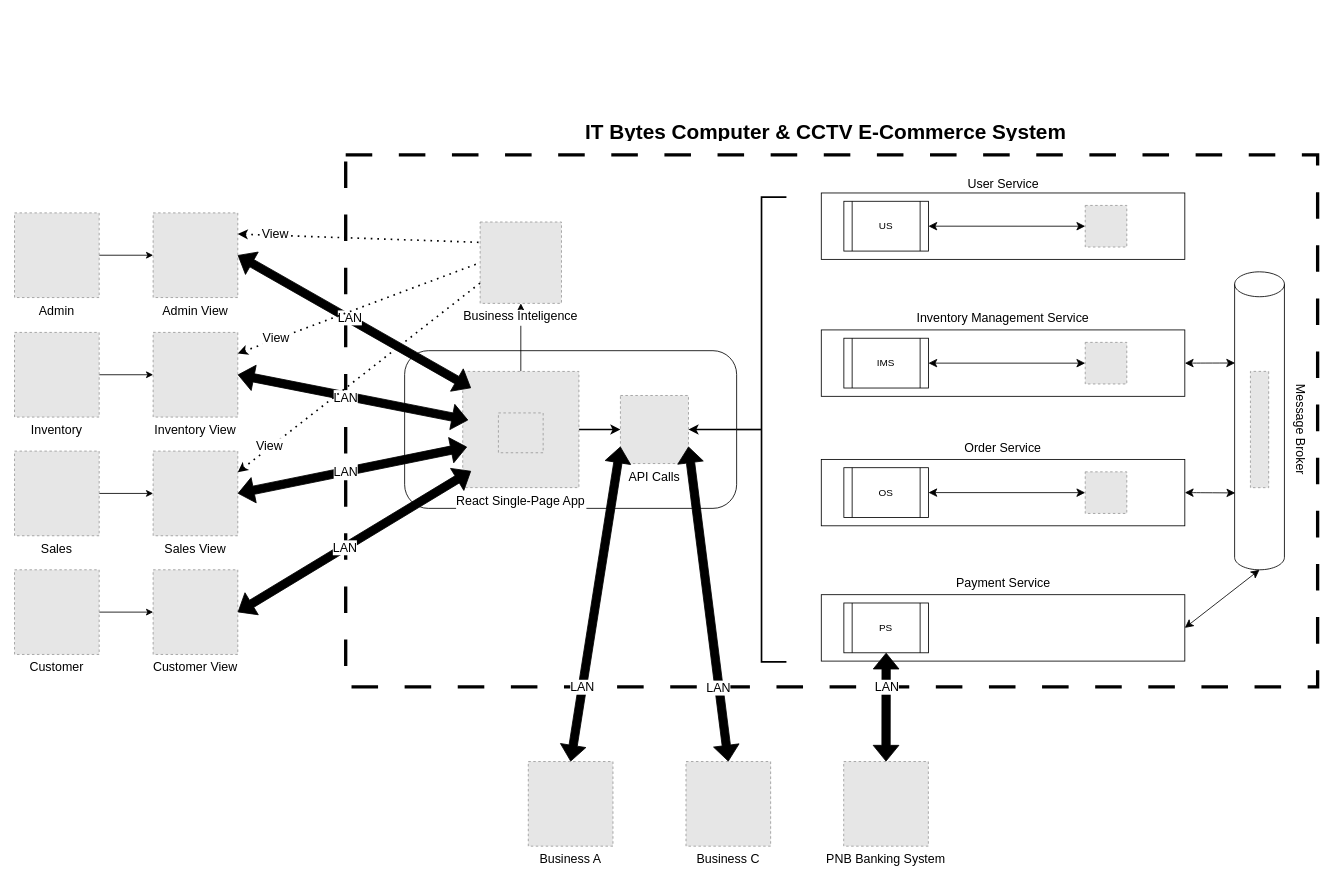
Dre-OS/ITBytes keeps this draw.io diagram as page "SystemArchitecture" (1 of 6) of ITBytes System Architecture-Models-Flowcharts.drawio. Above is the earlier version. Source tidied: cells renumbered, new cells numbered last; positions are measured from the earlier drawing's top-left corner, leaving out a move shared by most shapes. Both pictures are drawn from the tidied source at 83%, with x=0, y=0 at pixel (14, 114). Pictures stored in the file or linked from it are replaced by grey dashed boxes.
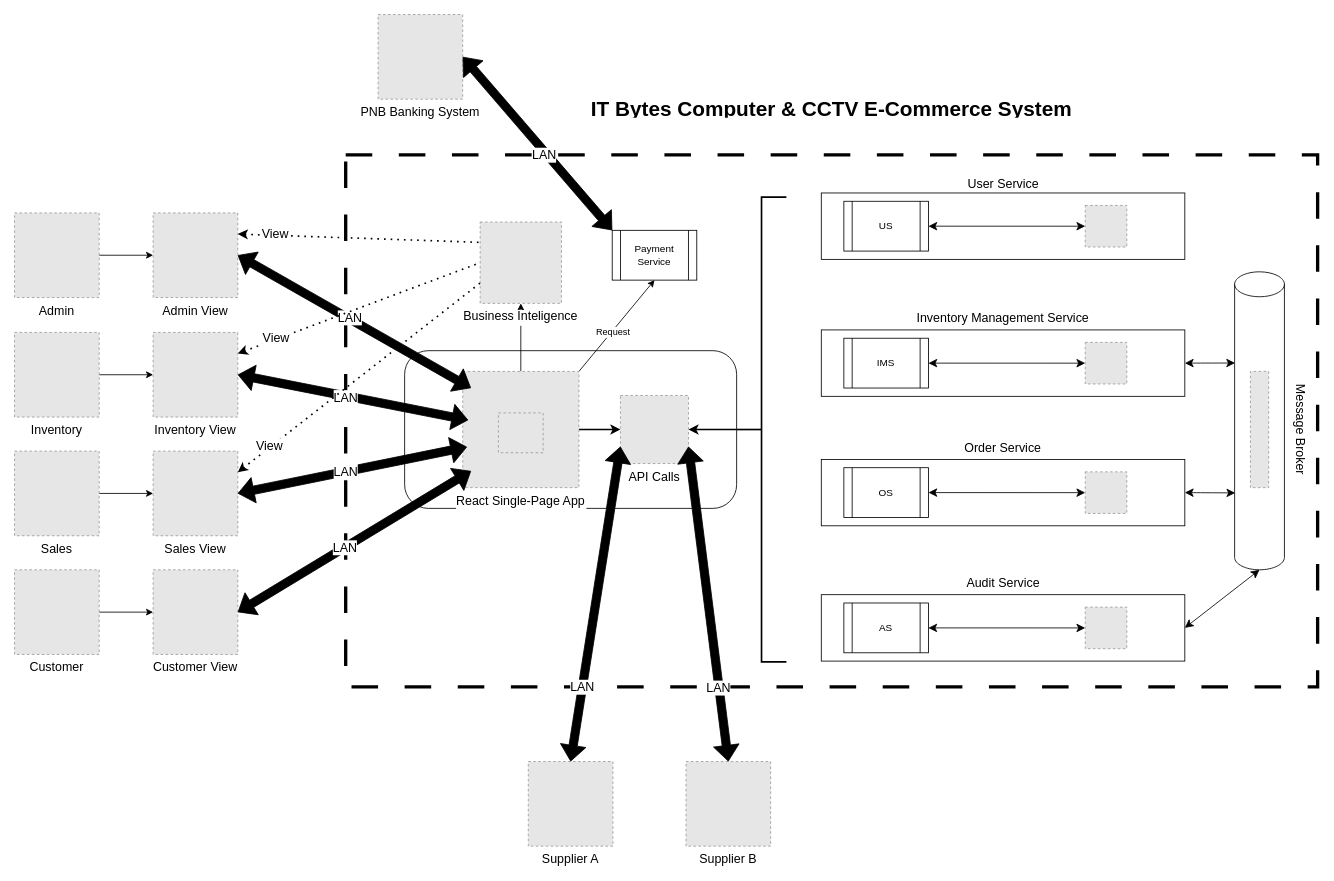
The same page after the edit.

The change refers to these unchanged cells:
```xml
<mxCell id="11" style="group;" parent="4" vertex="1">
  <mxGeometry y="480" width="438" height="110" as="geometry" />
</mxCell>
<mxCell id="32" value="React Single-Page App" style="fillColor=#E6E6E6;strokeColor=#999999;dashed=1;verticalLabelPosition=bottom;labelBackgroundColor=default;verticalAlign=top;fontSize=15;" parent="1" vertex="1">
  <mxGeometry x="540" y="310" width="140" height="140" as="geometry" />
</mxCell>
```

Change to the diagram source:
```diff
@@
     <mxCell id="3" value="&lt;font style=&quot;font-size: 25px;&quot;&gt;&lt;b&gt;IT Bytes Computer &amp;amp; CCTV E-Commerce System&lt;/b&gt;&lt;/font&gt;" style="text;strokeColor=none;fillColor=none;spacingLeft=4;spacingRight=4;overflow=hidden;fontSize=12;whiteSpace=wrap;html=1;align=center;" parent="1" vertex="1">
-      <mxGeometry x="635" width="685" height="30" as="geometry" />
+      <mxGeometry x="642" y="-28" width="685" height="30" as="geometry" />
     </mxCell>
@@
-    <mxCell id="12" value="&lt;font style=&quot;font-size: 15px;&quot;&gt;Payment Service&lt;/font&gt;" style="text;strokeColor=none;fillColor=none;spacingLeft=4;spacingRight=4;overflow=hidden;fontSize=12;whiteSpace=wrap;html=1;align=center;" parent="11" vertex="1">
+    <mxCell id="12" value="&lt;font style=&quot;font-size: 15px;&quot;&gt;Audit Service&lt;/font&gt;" style="text;strokeColor=none;fillColor=none;spacingLeft=4;spacingRight=4;overflow=hidden;fontSize=12;whiteSpace=wrap;html=1;align=center;" parent="11" vertex="1">
       <mxGeometry x="136.7" width="164.7" height="30" as="geometry" />
     </mxCell>
@@
-    <mxCell id="14" value="PS" style="shape=process;whiteSpace=wrap;html=1;backgroundOutline=1;" parent="11" vertex="1">
+    <mxCell id="14" value="AS" style="shape=process;whiteSpace=wrap;html=1;backgroundOutline=1;" parent="11" vertex="1">
       <mxGeometry x="27.2" y="40" width="101.9" height="60" as="geometry" />
     </mxCell>
+    <mxCell id="78" style="endArrow=classic;startArrow=classic;html=1;rounded=0;fontSize=12;startSize=8;endSize=8;entryX=0;entryY=0.5;entryDx=0;entryDy=0;exitX=1;exitY=0.5;exitDx=0;exitDy=0;" parent="11" edge="1" target="79">
+      <mxGeometry relative="1" as="geometry">
+        <mxPoint x="129" y="70" as="sourcePoint" />
+      </mxGeometry>
+    </mxCell>
+    <mxCell id="79" style="fillColor=#E6E6E6;strokeColor=#999999;dashed=1;verticalLabelPosition=bottom;labelBackgroundColor=default;verticalAlign=top;" parent="11" vertex="1">
+      <mxGeometry x="318" y="45" width="50.1" height="50.1" as="geometry" />
+    </mxCell>
@@
+    <mxCell id="80" style="rounded=0;jettySize=auto;html=1;exitX=1;exitY=0;exitDx=0;exitDy=0;entryX=0.5;entryY=1;entryDx=0;entryDy=0;" parent="1" edge="1" source="32" target="82">
+      <mxGeometry relative="1" as="geometry" />
+    </mxCell>
+    <mxCell id="81" value="Request" style="edgeLabel;html=1;align=center;verticalAlign=middle;" parent="80" vertex="1">
+      <mxGeometry x="-0.13" y="-1" relative="1" as="geometry" />
+    </mxCell>
@@
-    <mxCell id="55" value="Business C" style="fillColor=#E6E6E6;strokeColor=#999999;dashed=1;verticalLabelPosition=bottom;labelBackgroundColor=default;verticalAlign=top;fontSize=15;" parent="1" vertex="1">
+    <mxCell id="55" value="Supplier B" style="fillColor=#E6E6E6;strokeColor=#999999;dashed=1;verticalLabelPosition=bottom;labelBackgroundColor=default;verticalAlign=top;fontSize=15;" parent="1" vertex="1">
       <mxGeometry x="809" y="780" width="102" height="102" as="geometry" />
     </mxCell>
     <mxCell id="56" value="PNB Banking System" style="fillColor=#E6E6E6;strokeColor=#999999;dashed=1;verticalLabelPosition=bottom;labelBackgroundColor=default;verticalAlign=top;fontSize=15;" parent="1" vertex="1">
-      <mxGeometry x="999" y="780" width="102" height="102" as="geometry" />
+      <mxGeometry x="438" y="-120" width="102" height="102" as="geometry" />
     </mxCell>
-    <mxCell id="57" style="shape=flexArrow;endArrow=classic;startArrow=classic;html=1;rounded=0;exitX=0.5;exitY=0;exitDx=0;exitDy=0;fillColor=#000000;entryX=0.5;entryY=1;entryDx=0;entryDy=0;" parent="1" edge="1" source="56" target="14">
+    <mxCell id="57" style="shape=flexArrow;endArrow=classic;startArrow=classic;html=1;rounded=0;fillColor=#000000;entryX=1;entryY=0.5;entryDx=0;entryDy=0;exitX=0;exitY=0;exitDx=0;exitDy=0;" parent="1" edge="1" source="82" target="56">
       <mxGeometry relative="1" as="geometry" />
     </mxCell>
     <mxCell id="58" value="LAN" style="edgeLabel;html=1;align=center;verticalAlign=middle;fontSize=15;" parent="57" vertex="1">
       <mxGeometry x="-0.37" y="3" relative="1" as="geometry">
-        <mxPoint x="3" y="-49" as="offset" />
+        <mxPoint x="-24" y="-28" as="offset" />
       </mxGeometry>
     </mxCell>
-    <mxCell id="59" value="Business A" style="fillColor=#E6E6E6;strokeColor=#999999;dashed=1;verticalLabelPosition=bottom;labelBackgroundColor=default;verticalAlign=top;fontSize=15;" parent="1" vertex="1">
+    <mxCell id="59" value="Supplier A" style="fillColor=#E6E6E6;strokeColor=#999999;dashed=1;verticalLabelPosition=bottom;labelBackgroundColor=default;verticalAlign=top;fontSize=15;" parent="1" vertex="1">
       <mxGeometry x="619" y="780" width="102" height="102" as="geometry" />
     </mxCell>
@@
+    <mxCell id="82" value="Payment&lt;br&gt;Service" style="shape=process;whiteSpace=wrap;html=1;backgroundOutline=1;" parent="1" vertex="1">
+      <mxGeometry x="720.1" y="140" width="101.9" height="60" as="geometry" />
+    </mxCell>
```
